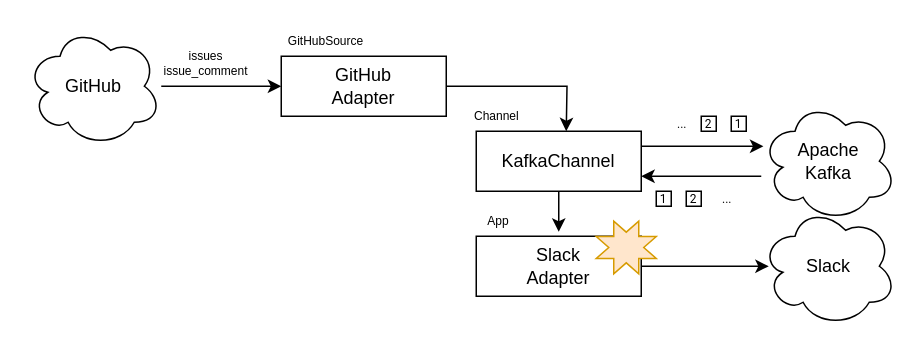
Above: doc/pattern3.drawio in knativecon/demo22 (draw.io), before the change. Source tidied: cells renumbered, new cells numbered last; positions are measured from the earlier drawing's top-left corner, leaving out a move shared by most shapes. Both pictures are drawn from the tidied source at 150%, with x=0, y=0 at pixel (26, 26).
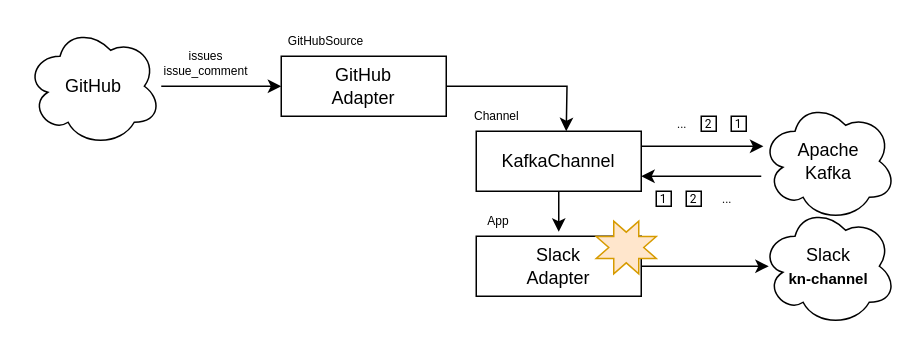
The same page after the edit.

The edit, as a diff of the source:
```diff
@@
-    <mxCell id="8" value="Slack" style="ellipse;shape=cloud;whiteSpace=wrap;html=1;" parent="1" vertex="1">
+    <mxCell id="8" value="Slack&lt;br&gt;&lt;b&gt;&lt;font style=&quot;font-size: 10px;&quot;&gt;kn-channel&lt;/font&gt;&lt;/b&gt;" style="ellipse;shape=cloud;whiteSpace=wrap;html=1;" parent="1" vertex="1">
       <mxGeometry x="490" y="120" width="90" height="80" as="geometry" />
     </mxCell>
```
